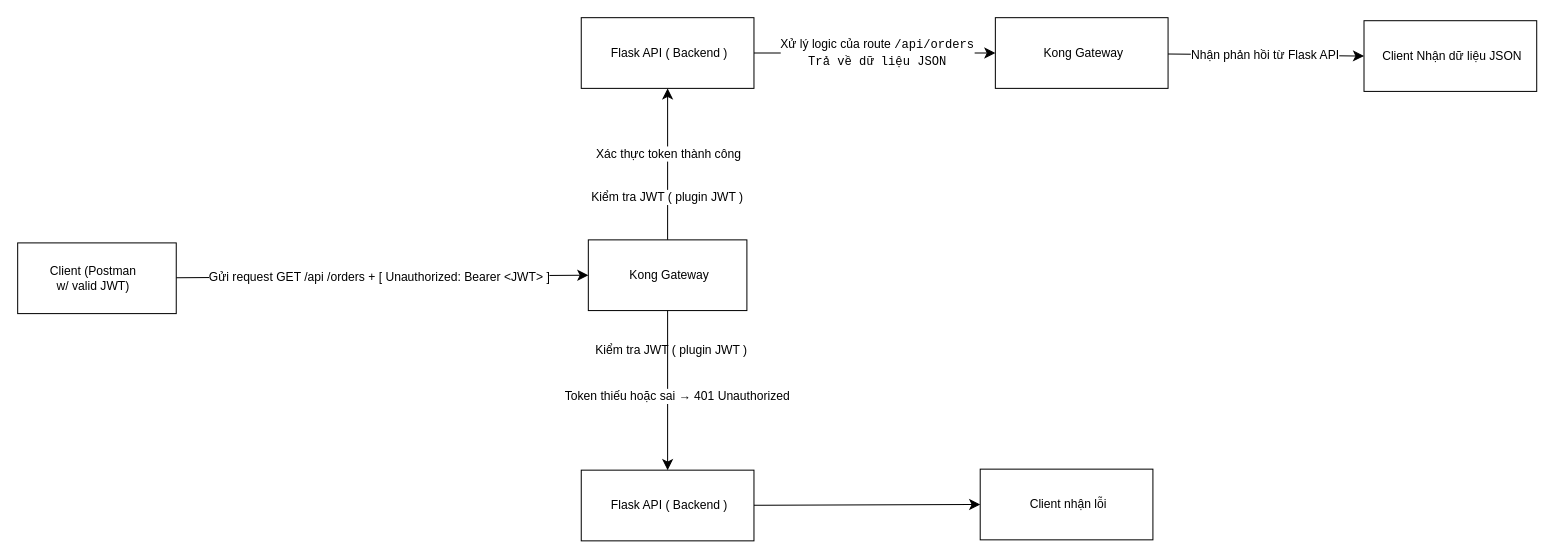
Before: Lab1_Intergration.drawio in bobeo1607/test, a draw.io diagram. Source tidied: cells renumbered, new cells numbered last; positions are measured from the earlier drawing's top-left corner, leaving out a move shared by most shapes. Both pictures are drawn from the tidied source at 101%, with x=0, y=0 at pixel (17, 17).
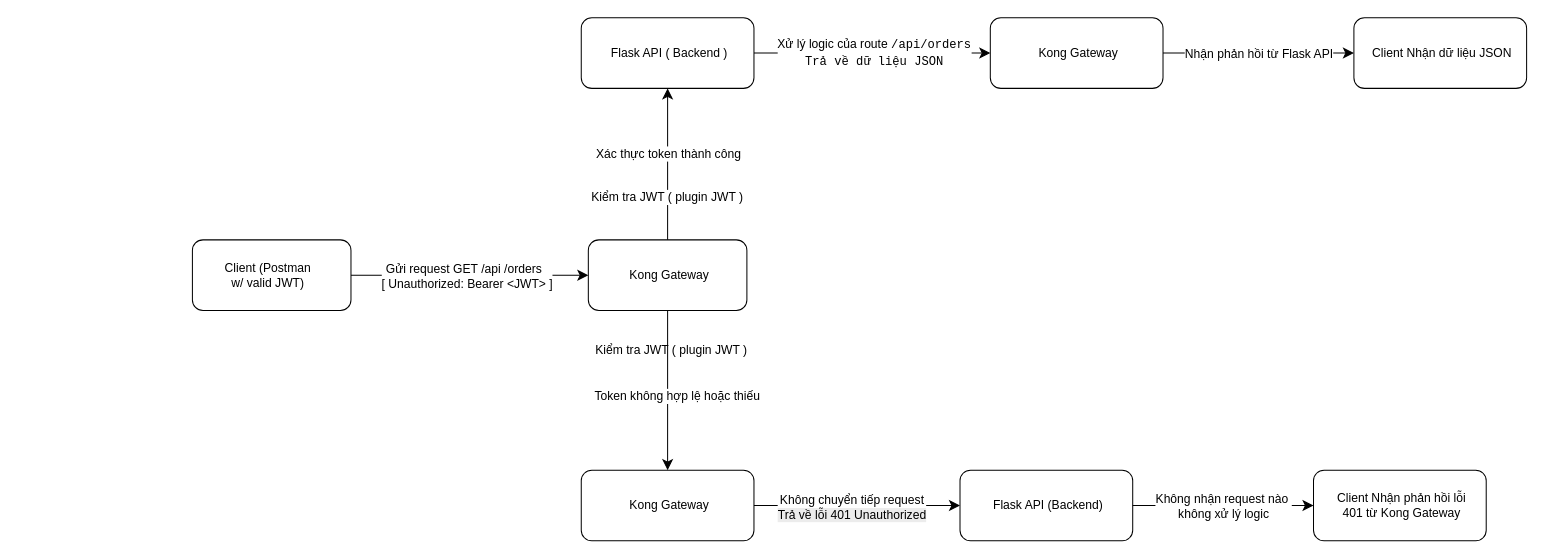
After the change.

Commit message:
Cập nhật Lab1_Intergration.drawio

The edit, as a diff of the source:
```diff
@@
-    <mxCell id="2" style="group;" parent="1" vertex="1">
-      <mxGeometry y="223" width="158" height="70" as="geometry" />
+    <mxCell id="2" style="group;rounded=1;" parent="1" vertex="1">
+      <mxGeometry x="173" y="220" width="158" height="70" as="geometry" />
     </mxCell>
-    <mxCell id="3" style="rounded=0;whiteSpace=wrap;html=1;" parent="2" vertex="1">
+    <mxCell id="3" style="rounded=1;whiteSpace=wrap;html=1;" parent="2" vertex="1">
       <mxGeometry width="157" height="70" as="geometry" />
     </mxCell>
-    <mxCell id="4" value="Client (Postman w/ valid JWT)" style="text;html=1;align=center;verticalAlign=middle;whiteSpace=wrap;rounded=0;" parent="2" vertex="1">
+    <mxCell id="4" value="Client (Postman w/ valid JWT)" style="text;html=1;align=center;verticalAlign=middle;whiteSpace=wrap;rounded=1;" parent="2" vertex="1">
       <mxGeometry x="28" y="20" width="94" height="30" as="geometry" />
     </mxCell>
-    <mxCell id="5" style="group;" parent="1" vertex="1">
+    <mxCell id="5" style="group;rounded=1;" parent="1" vertex="1">
       <mxGeometry x="565" y="220" width="157" height="70" as="geometry" />
     </mxCell>
-    <mxCell id="6" style="rounded=0;whiteSpace=wrap;html=1;" parent="5" vertex="1">
+    <mxCell id="6" style="rounded=1;whiteSpace=wrap;html=1;" parent="5" vertex="1">
       <mxGeometry width="157" height="70" as="geometry" />
     </mxCell>
-    <mxCell id="7" value="Kong Gateway" style="text;html=1;align=center;verticalAlign=middle;whiteSpace=wrap;rounded=0;" parent="5" vertex="1">
+    <mxCell id="7" value="Kong Gateway" style="text;html=1;align=center;verticalAlign=middle;whiteSpace=wrap;rounded=1;" parent="5" vertex="1">
       <mxGeometry x="25" y="20" width="111" height="30" as="geometry" />
     </mxCell>
-    <mxCell id="8" style="edgeStyle=none;curved=1;rounded=0;jettySize=auto;html=1;entryX=0;entryY=0.5;entryDx=0;entryDy=0;fontSize=12;startSize=8;endSize=8;" parent="1" edge="1" source="3" target="6">
-      <mxGeometry relative="1" as="geometry" />
+    <mxCell id="8" style="edgeStyle=none;curved=1;rounded=1;jettySize=auto;html=1;entryX=0;entryY=0.5;entryDx=0;entryDy=0;fontSize=12;startSize=8;endSize=8;exitX=1;exitY=0.5;exitDx=0;exitDy=0;" parent="1" edge="1" source="3">
+      <mxGeometry relative="1" as="geometry">
+        <mxPoint x="565" y="255" as="targetPoint" />
+      </mxGeometry>
     </mxCell>
-    <mxCell id="9" value="Gửi request GET /api /orders + [&amp;nbsp;Unauthorized: Bearer &amp;lt;JWT&amp;gt; ]" style="edgeLabel;html=1;align=center;verticalAlign=middle;fontSize=12;" parent="8" vertex="1">
+    <mxCell id="9" value="Gửi request GET /api /orders&amp;nbsp;&amp;nbsp;&lt;div&gt;[&amp;nbsp;Unauthorized: Bearer &amp;lt;JWT&amp;gt; ]&lt;/div&gt;" style="edgeLabel;html=1;align=center;verticalAlign=middle;fontSize=12;rounded=1;" parent="8" vertex="1">
       <mxGeometry x="-0.15" y="1" relative="1" as="geometry">
-        <mxPoint x="28" y="1" as="offset" />
+        <mxPoint x="14" y="1" as="offset" />
       </mxGeometry>
     </mxCell>
-    <mxCell id="10" style="group;" parent="1" vertex="1">
+    <mxCell id="10" style="group;rounded=1;" parent="1" vertex="1">
       <mxGeometry x="558" width="171" height="70" as="geometry" />
     </mxCell>
-    <mxCell id="11" style="rounded=0;whiteSpace=wrap;html=1;" parent="10" vertex="1">
+    <mxCell id="11" style="rounded=1;whiteSpace=wrap;html=1;" parent="10" vertex="1">
       <mxGeometry width="171" height="70" as="geometry" />
     </mxCell>
-    <mxCell id="12" value="Flask API ( Backend )" style="text;html=1;align=center;verticalAlign=middle;whiteSpace=wrap;rounded=0;" parent="10" vertex="1">
+    <mxCell id="12" value="Flask API ( Backend )" style="text;html=1;align=center;verticalAlign=middle;whiteSpace=wrap;rounded=1;" parent="10" vertex="1">
       <mxGeometry x="27.2" y="20" width="120.9" height="30" as="geometry" />
     </mxCell>
-    <mxCell id="13" style="edgeStyle=none;curved=1;rounded=0;jettySize=auto;html=1;exitX=0.5;exitY=0;exitDx=0;exitDy=0;entryX=0.5;entryY=1;entryDx=0;entryDy=0;fontSize=12;startSize=8;endSize=8;" parent="1" edge="1" source="6" target="11">
+    <mxCell id="13" style="edgeStyle=none;curved=1;rounded=1;jettySize=auto;html=1;exitX=0.5;exitY=0;exitDx=0;exitDy=0;entryX=0.5;entryY=1;entryDx=0;entryDy=0;fontSize=12;startSize=8;endSize=8;" parent="1" edge="1" source="6" target="11">
       <mxGeometry relative="1" as="geometry" />
     </mxCell>
-    <mxCell id="14" value="Xác thực token thành công&amp;nbsp;" style="edgeLabel;html=1;align=center;verticalAlign=middle;fontSize=12;" parent="13" vertex="1">
+    <mxCell id="14" value="Xác thực token thành công&amp;nbsp;" style="edgeLabel;html=1;align=center;verticalAlign=middle;fontSize=12;rounded=1;" parent="13" vertex="1">
       <mxGeometry x="-0.5" y="-1" relative="1" as="geometry">
         <mxPoint x="1" y="-48" as="offset" />
       </mxGeometry>
     </mxCell>
-    <mxCell id="15" value="Kiểm tra JWT ( plugin JWT )" style="edgeLabel;html=1;align=center;verticalAlign=middle;fontSize=12;" parent="13" vertex="1">
+    <mxCell id="15" value="Kiểm tra JWT ( plugin JWT )" style="edgeLabel;html=1;align=center;verticalAlign=middle;fontSize=12;rounded=1;" parent="13" vertex="1">
       <mxGeometry x="-0.43" y="1" relative="1" as="geometry" />
     </mxCell>
-    <mxCell id="16" value="Kiểm tra JWT ( plugin JWT )" style="edgeLabel;html=1;align=center;verticalAlign=middle;fontSize=12;" parent="13" vertex="1">
+    <mxCell id="16" value="Kiểm tra JWT ( plugin JWT )" style="edgeLabel;html=1;align=center;verticalAlign=middle;fontSize=12;rounded=1;" parent="13" vertex="1">
       <mxGeometry x="-0.43" y="1" relative="1" as="geometry">
         <mxPoint x="4" y="151" as="offset" />
       </mxGeometry>
     </mxCell>
-    <mxCell id="17" style="group;" parent="1" vertex="1">
+    <mxCell id="17" style="group;rounded=1;" parent="1" vertex="1">
       <mxGeometry x="558" y="448" width="171" height="70" as="geometry" />
     </mxCell>
-    <mxCell id="18" style="rounded=0;whiteSpace=wrap;html=1;" parent="17" vertex="1">
+    <mxCell id="18" style="rounded=1;whiteSpace=wrap;html=1;" parent="17" vertex="1">
       <mxGeometry width="171" height="70" as="geometry" />
     </mxCell>
-    <mxCell id="19" value="Flask API ( Backend )" style="text;html=1;align=center;verticalAlign=middle;whiteSpace=wrap;rounded=0;" parent="17" vertex="1">
+    <mxCell id="19" value="Kong Gateway" style="text;html=1;align=center;verticalAlign=middle;whiteSpace=wrap;rounded=1;" parent="17" vertex="1">
       <mxGeometry x="27.2" y="20" width="120.9" height="30" as="geometry" />
     </mxCell>
-    <mxCell id="20" style="edgeStyle=none;curved=1;rounded=0;jettySize=auto;html=1;fontSize=12;startSize=8;endSize=8;entryX=0.5;entryY=0;entryDx=0;entryDy=0;" parent="1" edge="1" source="6" target="18">
+    <mxCell id="20" style="edgeStyle=none;curved=1;rounded=1;jettySize=auto;html=1;fontSize=12;startSize=8;endSize=8;entryX=0.5;entryY=0;entryDx=0;entryDy=0;" parent="1" edge="1" source="6" target="18">
       <mxGeometry relative="1" as="geometry" />
     </mxCell>
-    <mxCell id="21" value="Token thiếu hoặc sai → 401 Unauthorized" style="edgeLabel;html=1;align=center;verticalAlign=middle;fontSize=12;" parent="20" vertex="1">
+    <mxCell id="21" value="Token không hợp lệ hoặc thiếu" style="edgeLabel;html=1;align=center;verticalAlign=middle;fontSize=12;rounded=1;" parent="20" vertex="1">
       <mxGeometry x="-0.17" y="-3" relative="1" as="geometry">
         <mxPoint x="12" y="18" as="offset" />
       </mxGeometry>
     </mxCell>
-    <mxCell id="22" style="group;" parent="1" vertex="1">
-      <mxGeometry x="968" width="171" height="70" as="geometry" />
+    <mxCell id="22" style="group;rounded=1;" parent="1" vertex="1">
+      <mxGeometry x="963" width="171" height="70" as="geometry" />
     </mxCell>
-    <mxCell id="23" style="rounded=0;whiteSpace=wrap;html=1;" parent="22" vertex="1">
+    <mxCell id="23" style="rounded=1;whiteSpace=wrap;html=1;" parent="22" vertex="1">
       <mxGeometry width="171" height="70" as="geometry" />
     </mxCell>
-    <mxCell id="24" value="Kong Gateway" style="text;html=1;align=center;verticalAlign=middle;whiteSpace=wrap;rounded=0;" parent="22" vertex="1">
+    <mxCell id="24" value="Kong Gateway" style="text;html=1;align=center;verticalAlign=middle;whiteSpace=wrap;rounded=1;" parent="22" vertex="1">
       <mxGeometry x="27.2" y="20" width="120.9" height="30" as="geometry" />
     </mxCell>
-    <mxCell id="25" style="edgeStyle=none;curved=1;rounded=0;jettySize=auto;html=1;exitX=1;exitY=0.5;exitDx=0;exitDy=0;entryX=0;entryY=0.5;entryDx=0;entryDy=0;fontSize=12;startSize=8;endSize=8;" parent="1" edge="1" source="11" target="23">
+    <mxCell id="25" style="edgeStyle=none;curved=1;rounded=1;jettySize=auto;html=1;exitX=1;exitY=0.5;exitDx=0;exitDy=0;entryX=0;entryY=0.5;entryDx=0;entryDy=0;fontSize=12;startSize=8;endSize=8;" parent="1" edge="1" source="11" target="23">
       <mxGeometry relative="1" as="geometry" />
     </mxCell>
-    <mxCell id="26" value="Xử lý logic của route &lt;code&gt;/api/orders&lt;br&gt;Trả về dữ liệu JSON&lt;/code&gt;" style="edgeLabel;html=1;align=center;verticalAlign=middle;fontSize=12;" parent="25" vertex="1">
+    <mxCell id="26" value="Xử lý logic của route &lt;code&gt;/api/orders&lt;br&gt;Trả về dữ liệu JSON&lt;/code&gt;" style="edgeLabel;html=1;align=center;verticalAlign=middle;fontSize=12;rounded=1;" parent="25" vertex="1">
       <mxGeometry x="0.01" y="1" relative="1" as="geometry" />
     </mxCell>
-    <mxCell id="27" style="group;" parent="1" vertex="1">
-      <mxGeometry x="953" y="447" width="171" height="70" as="geometry" />
+    <mxCell id="27" style="group;rounded=1;" parent="1" vertex="1">
+      <mxGeometry x="933" y="448" width="171" height="70" as="geometry" />
     </mxCell>
-    <mxCell id="28" style="rounded=0;whiteSpace=wrap;html=1;" parent="27" vertex="1">
+    <mxCell id="28" style="rounded=1;whiteSpace=wrap;html=1;" parent="27" vertex="1">
       <mxGeometry width="171" height="70" as="geometry" />
     </mxCell>
-    <mxCell id="29" value="Client nhận lỗi" style="text;html=1;align=center;verticalAlign=middle;whiteSpace=wrap;rounded=0;" parent="27" vertex="1">
+    <mxCell id="29" value="Flask API (Backend)" style="text;html=1;align=center;verticalAlign=middle;whiteSpace=wrap;rounded=1;" parent="27" vertex="1">
       <mxGeometry x="27.2" y="20" width="120.9" height="30" as="geometry" />
     </mxCell>
-    <mxCell id="30" style="edgeStyle=none;curved=1;rounded=0;jettySize=auto;html=1;entryX=0;entryY=0.5;entryDx=0;entryDy=0;fontSize=12;startSize=8;endSize=8;" parent="1" edge="1" source="18" target="28">
+    <mxCell id="30" style="edgeStyle=none;curved=1;rounded=1;jettySize=auto;html=1;entryX=0;entryY=0.5;entryDx=0;entryDy=0;fontSize=12;startSize=8;endSize=8;" parent="1" edge="1" source="18" target="28">
       <mxGeometry relative="1" as="geometry" />
     </mxCell>
+    <mxCell id="36" value="Không chuyển tiếp request&lt;div&gt;&lt;span style=&quot;background-color: rgb(236, 236, 236);&quot;&gt;Trả về lỗi 401 Unauthorized&lt;/span&gt;&lt;/div&gt;" style="edgeLabel;html=1;align=center;verticalAlign=middle;fontSize=12;" parent="30" vertex="1">
+      <mxGeometry x="-0.35" y="1" relative="1" as="geometry">
+        <mxPoint x="30" y="2" as="offset" />
+      </mxGeometry>
+    </mxCell>
-    <mxCell id="31" style="group;" parent="1" vertex="1">
-      <mxGeometry x="1333" y="3" width="171" height="70" as="geometry" />
+    <mxCell id="31" style="group;rounded=1;" parent="1" vertex="1">
+      <mxGeometry x="1323" width="171" height="70" as="geometry" />
     </mxCell>
-    <mxCell id="32" style="rounded=0;whiteSpace=wrap;html=1;" parent="31" vertex="1">
+    <mxCell id="32" style="rounded=1;whiteSpace=wrap;html=1;" parent="31" vertex="1">
       <mxGeometry width="171" height="70" as="geometry" />
     </mxCell>
-    <mxCell id="33" value="Client&amp;nbsp;Nhận dữ liệu JSON" style="text;html=1;align=center;verticalAlign=middle;whiteSpace=wrap;rounded=0;" parent="31" vertex="1">
+    <mxCell id="33" value="Client&amp;nbsp;Nhận dữ liệu JSON" style="text;html=1;align=center;verticalAlign=middle;whiteSpace=wrap;rounded=1;" parent="31" vertex="1">
       <mxGeometry x="16" y="20" width="142.8" height="30" as="geometry" />
     </mxCell>
+    <mxCell id="37" style="edgeStyle=none;curved=1;rounded=0;orthogonalLoop=1;jettySize=auto;html=1;exitX=0.25;exitY=1;exitDx=0;exitDy=0;fontSize=12;startSize=8;endSize=8;" parent="31" edge="1" source="33" target="33">
+      <mxGeometry relative="1" as="geometry" />
+    </mxCell>
-    <mxCell id="34" style="edgeStyle=none;curved=1;rounded=0;jettySize=auto;html=1;entryX=0;entryY=0.5;entryDx=0;entryDy=0;fontSize=12;startSize=8;endSize=8;" parent="1" edge="1" source="23" target="32">
+    <mxCell id="34" style="edgeStyle=none;curved=1;rounded=1;jettySize=auto;html=1;entryX=0;entryY=0.5;entryDx=0;entryDy=0;fontSize=12;startSize=8;endSize=8;" parent="1" edge="1" source="23" target="32">
       <mxGeometry relative="1" as="geometry" />
     </mxCell>
-    <mxCell id="35" value="Nhận phản hồi từ Flask API" style="edgeLabel;html=1;align=center;verticalAlign=middle;fontSize=12;" parent="34" vertex="1">
+    <mxCell id="35" value="Nhận phản hồi từ Flask API" style="edgeLabel;html=1;align=center;verticalAlign=middle;fontSize=12;rounded=1;" parent="34" vertex="1">
       <mxGeometry x="-0.01" relative="1" as="geometry" />
     </mxCell>
+    <mxCell id="38" style="group;rounded=1;" parent="1" vertex="1">
+      <mxGeometry x="1283" y="448" width="171" height="70" as="geometry" />
+    </mxCell>
+    <mxCell id="39" style="rounded=1;whiteSpace=wrap;html=1;" parent="38" vertex="1">
+      <mxGeometry width="171" height="70" as="geometry" />
+    </mxCell>
+    <mxCell id="40" value="Client&amp;nbsp;Nhận phản hồi lỗi 401 từ Kong Gateway" style="text;html=1;align=center;verticalAlign=middle;whiteSpace=wrap;rounded=1;" parent="38" vertex="1">
+      <mxGeometry x="16" y="20" width="142.8" height="30" as="geometry" />
+    </mxCell>
+    <mxCell id="41" style="edgeStyle=none;curved=1;rounded=0;jettySize=auto;html=1;fontSize=12;startSize=8;endSize=8;" parent="1" edge="1" source="28" target="39">
+      <mxGeometry relative="1" as="geometry" />
+    </mxCell>
+    <mxCell id="42" value="Không nhận request nào&amp;nbsp;&lt;div&gt;không xử lý logic&lt;/div&gt;" style="edgeLabel;html=1;align=center;verticalAlign=middle;fontSize=12;" parent="41" vertex="1">
+      <mxGeometry x="-0.09" y="1" relative="1" as="geometry">
+        <mxPoint x="8" y="1" as="offset" />
+      </mxGeometry>
+    </mxCell>
```
